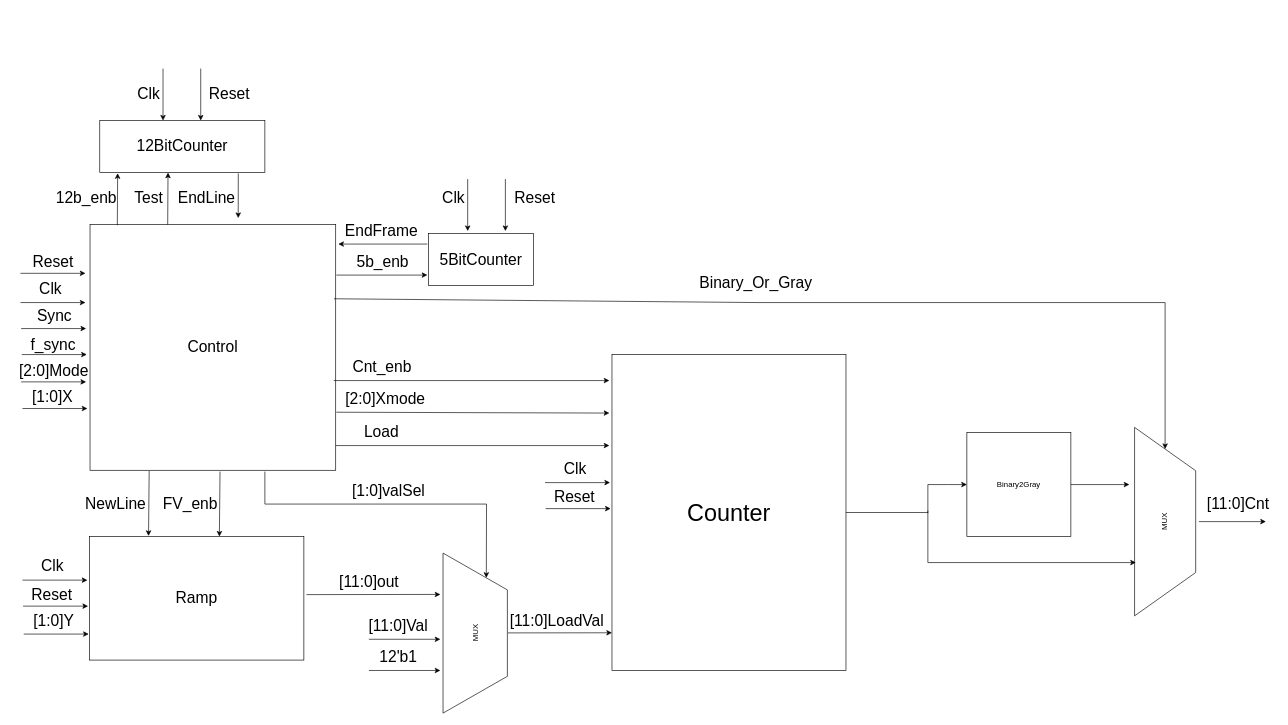
sabarioded/Patterns_Project keeps this draw.io diagram as Diagrams/Block_diagram.drawio. Above is the earlier version. Source tidied: cells renumbered, new cells numbered last; positions are measured from the earlier drawing's top-left corner, leaving out a move shared by most shapes. Both pictures are drawn from the tidied source at 65%, with x=0, y=0 at pixel (11, 68).
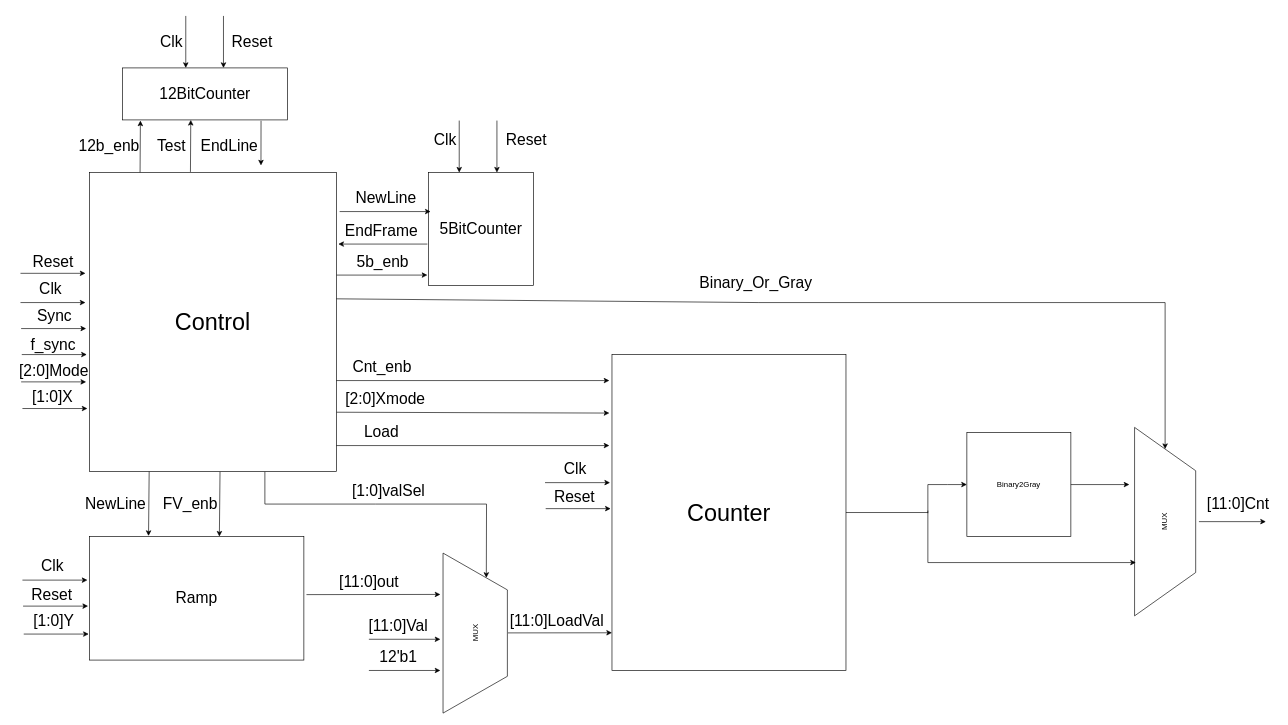
After the change.

Unchanged cells that the change refers to:
```xml
<mxCell id="3" value="MUX" style="verticalLabelPosition=middle;verticalAlign=middle;html=1;shape=trapezoid;perimeter=trapezoidPerimeter;whiteSpace=wrap;size=0.23;arcSize=10;flipV=1;labelPosition=center;align=center;rotation=-90;" parent="1" vertex="1">
  <mxGeometry x="1630" y="650" width="290" height="94" as="geometry" />
</mxCell>
```

What changed in the source:
```diff
@@
-    <mxCell id="2" value="&lt;font style=&quot;font-size: 24px;&quot;&gt;Control&lt;/font&gt;" style="whiteSpace=wrap;html=1;" parent="1" vertex="1">
-      <mxGeometry x="121" y="240" width="378" height="378" as="geometry" />
-    </mxCell>
@@
     <mxCell id="37" style="endArrow=classic;html=1;rounded=0;exitX=0.422;exitY=0;exitDx=0;exitDy=0;exitPerimeter=0;entryX=1;entryY=1;entryDx=0;entryDy=0;" parent="1" edge="1">
       <mxGeometry relative="1" as="geometry">
-        <mxPoint x="240.5" y="240" as="sourcePoint" />
-        <mxPoint x="241" y="160" as="targetPoint" />
+        <mxPoint x="275.5" y="159" as="sourcePoint" />
+        <mxPoint x="276" y="79" as="targetPoint" />
       </mxGeometry>
     </mxCell>
     <mxCell id="38" style="endArrow=classic;html=1;rounded=0;exitX=0.422;exitY=0;exitDx=0;exitDy=0;exitPerimeter=0;entryX=1;entryY=1;entryDx=0;entryDy=0;" parent="1" edge="1">
       <mxGeometry relative="1" as="geometry">
-        <mxPoint x="163" y="241" as="sourcePoint" />
-        <mxPoint x="163.5" y="161" as="targetPoint" />
+        <mxPoint x="198" y="160" as="sourcePoint" />
+        <mxPoint x="198.5" y="80" as="targetPoint" />
       </mxGeometry>
     </mxCell>
     <mxCell id="39" value="&lt;span style=&quot;font-size: 24px;&quot;&gt;12b_enb&lt;/span&gt;" style="text;html=1;align=center;verticalAlign=middle;strokeColor=none;fillColor=none;" parent="1" vertex="1">
-      <mxGeometry x="55" y="180" width="120" height="40" as="geometry" />
+      <mxGeometry x="90" y="99" width="120" height="40" as="geometry" />
     </mxCell>
     <mxCell id="40" value="&lt;span style=&quot;font-size: 24px;&quot;&gt;Test&lt;/span&gt;" style="text;html=1;align=center;verticalAlign=middle;strokeColor=none;fillColor=none;" parent="1" vertex="1">
-      <mxGeometry x="176" y="180" width="70" height="40" as="geometry" />
+      <mxGeometry x="211" y="99" width="70" height="40" as="geometry" />
     </mxCell>
     <mxCell id="41" value="&lt;font style=&quot;font-size: 24px;&quot;&gt;12BitCounter&lt;/font&gt;" style="rounded=0;whiteSpace=wrap;html=1;" parent="1" vertex="1">
-      <mxGeometry x="136" y="80" width="254" height="80" as="geometry" />
+      <mxGeometry x="171" y="-1" width="254" height="80" as="geometry" />
     </mxCell>
     <mxCell id="42" style="endArrow=classic;html=1;rounded=0;exitX=0.583;exitY=1.022;exitDx=0;exitDy=0;exitPerimeter=0;" parent="1" edge="1">
       <mxGeometry relative="1" as="geometry">
-        <mxPoint x="349.1" y="161.3" as="sourcePoint" />
-        <mxPoint x="349" y="230" as="targetPoint" />
+        <mxPoint x="384.1" y="80.3" as="sourcePoint" />
+        <mxPoint x="384" y="149" as="targetPoint" />
       </mxGeometry>
     </mxCell>
     <mxCell id="43" value="&lt;span style=&quot;font-size: 24px;&quot;&gt;EndLine&lt;/span&gt;" style="text;html=1;align=center;verticalAlign=middle;strokeColor=none;fillColor=none;" parent="1" vertex="1">
-      <mxGeometry x="245" y="180" width="110" height="40" as="geometry" />
+      <mxGeometry x="280" y="99" width="110" height="40" as="geometry" />
     </mxCell>
@@
     <mxCell id="48" value="&lt;font style=&quot;font-size: 24px;&quot;&gt;5BitCounter&lt;/font&gt;" style="rounded=0;whiteSpace=wrap;html=1;" parent="1" vertex="1">
-      <mxGeometry x="642" y="254" width="161" height="80" as="geometry" />
+      <mxGeometry x="642" y="160" width="161" height="174" as="geometry" />
     </mxCell>
     <mxCell id="49" style="endArrow=classic;html=1;rounded=0;" parent="1" edge="1">
       <mxGeometry relative="1" as="geometry">
-        <mxPoint x="760" y="170" as="sourcePoint" />
-        <mxPoint x="760" y="250" as="targetPoint" />
+        <mxPoint x="747" y="80" as="sourcePoint" />
+        <mxPoint x="747" y="160" as="targetPoint" />
       </mxGeometry>
     </mxCell>
     <mxCell id="50" style="endArrow=classic;html=1;rounded=0;" parent="1" edge="1">
       <mxGeometry relative="1" as="geometry">
-        <mxPoint x="702" y="170" as="sourcePoint" />
-        <mxPoint x="702" y="250" as="targetPoint" />
+        <mxPoint x="689" y="80" as="sourcePoint" />
+        <mxPoint x="689" y="160" as="targetPoint" />
       </mxGeometry>
     </mxCell>
     <mxCell id="51" style="endArrow=classic;html=1;rounded=0;" parent="1" edge="1">
       <mxGeometry relative="1" as="geometry">
-        <mxPoint x="291.3" as="sourcePoint" />
-        <mxPoint x="291.3" y="80" as="targetPoint" />
+        <mxPoint x="326.3" y="-81" as="sourcePoint" />
+        <mxPoint x="326.3" y="-1" as="targetPoint" />
       </mxGeometry>
     </mxCell>
     <mxCell id="52" style="endArrow=classic;html=1;rounded=0;" parent="1" edge="1">
       <mxGeometry relative="1" as="geometry">
-        <mxPoint x="233.3" as="sourcePoint" />
-        <mxPoint x="233.3" y="80" as="targetPoint" />
+        <mxPoint x="268.3" y="-81" as="sourcePoint" />
+        <mxPoint x="268.3" y="-1" as="targetPoint" />
       </mxGeometry>
     </mxCell>
@@
     <mxCell id="67" value="&lt;font style=&quot;font-size: 24px;&quot;&gt;Clk&lt;/font&gt;" style="text;html=1;align=center;verticalAlign=middle;strokeColor=none;fillColor=none;" parent="1" vertex="1">
-      <mxGeometry x="650" y="180" width="60" height="40" as="geometry" />
+      <mxGeometry x="637" y="90" width="60" height="40" as="geometry" />
     </mxCell>
     <mxCell id="68" value="&lt;font style=&quot;font-size: 24px;&quot;&gt;Clk&lt;/font&gt;" style="text;html=1;align=center;verticalAlign=middle;strokeColor=none;fillColor=none;" parent="1" vertex="1">
-      <mxGeometry x="181" y="20" width="60" height="40" as="geometry" />
+      <mxGeometry x="216" y="-61" width="60" height="40" as="geometry" />
     </mxCell>
     <mxCell id="69" value="&lt;font style=&quot;font-size: 24px;&quot;&gt;Reset&lt;/font&gt;" style="text;html=1;align=center;verticalAlign=middle;strokeColor=none;fillColor=none;" parent="1" vertex="1">
-      <mxGeometry x="290" y="20" width="90" height="40" as="geometry" />
+      <mxGeometry x="325" y="-61" width="90" height="40" as="geometry" />
     </mxCell>
     <mxCell id="70" value="&lt;font style=&quot;font-size: 24px;&quot;&gt;Reset&lt;/font&gt;" style="text;html=1;align=center;verticalAlign=middle;strokeColor=none;fillColor=none;" parent="1" vertex="1">
-      <mxGeometry x="760" y="180" width="90" height="40" as="geometry" />
+      <mxGeometry x="747" y="90" width="90" height="40" as="geometry" />
     </mxCell>
@@
-    <mxCell id="77" style="endArrow=classic;html=1;rounded=0;exitX=0.993;exitY=0.302;exitDx=0;exitDy=0;exitPerimeter=0;entryX=1;entryY=0.5;entryDx=0;entryDy=0;" parent="1" edge="1" source="2" target="3">
+    <mxCell id="77" style="endArrow=classic;html=1;rounded=0;exitX=0.993;exitY=0.302;exitDx=0;exitDy=0;exitPerimeter=0;entryX=1;entryY=0.5;entryDx=0;entryDy=0;" parent="1" edge="1" target="3">
       <mxGeometry relative="1" as="geometry">
+        <mxPoint x="496.4" y="354.2" as="sourcePoint" />
         <Array as="points">
           <mxPoint x="1150" y="360" />
           <mxPoint x="1775" y="360" />
         </Array>
       </mxGeometry>
     </mxCell>
@@
+    <mxCell id="2" value="&lt;font style=&quot;font-size: 36px;&quot;&gt;Control&lt;/font&gt;" style="rounded=0;whiteSpace=wrap;html=1;" parent="1" vertex="1">
+      <mxGeometry x="120" y="160" width="380" height="460" as="geometry" />
+    </mxCell>
+    <mxCell id="79" style="endArrow=classic;html=1;rounded=0;" parent="1" edge="1">
+      <mxGeometry relative="1" as="geometry">
+        <mxPoint x="505" y="220" as="sourcePoint" />
+        <mxPoint x="645" y="220" as="targetPoint" />
+      </mxGeometry>
+    </mxCell>
+    <mxCell id="80" value="&lt;font style=&quot;font-size: 24px;&quot;&gt;NewLine&lt;/font&gt;" style="text;html=1;align=center;verticalAlign=middle;strokeColor=none;fillColor=none;" parent="1" vertex="1">
+      <mxGeometry x="516" y="180" width="120" height="40" as="geometry" />
+    </mxCell>
```
